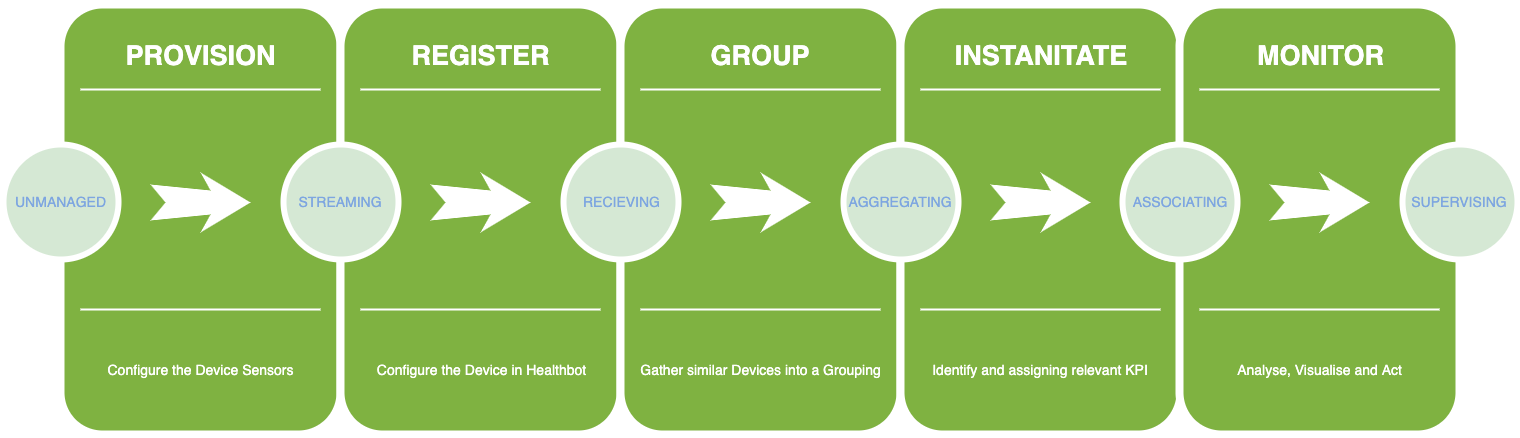
Above: docs/assets/quickstart.png in damianoneill/healthbot (draw.io), before the change. Source tidied: cells renumbered, new cells last; positions are measured from the earlier drawing's top-left corner, leaving out a move shared by most shapes.
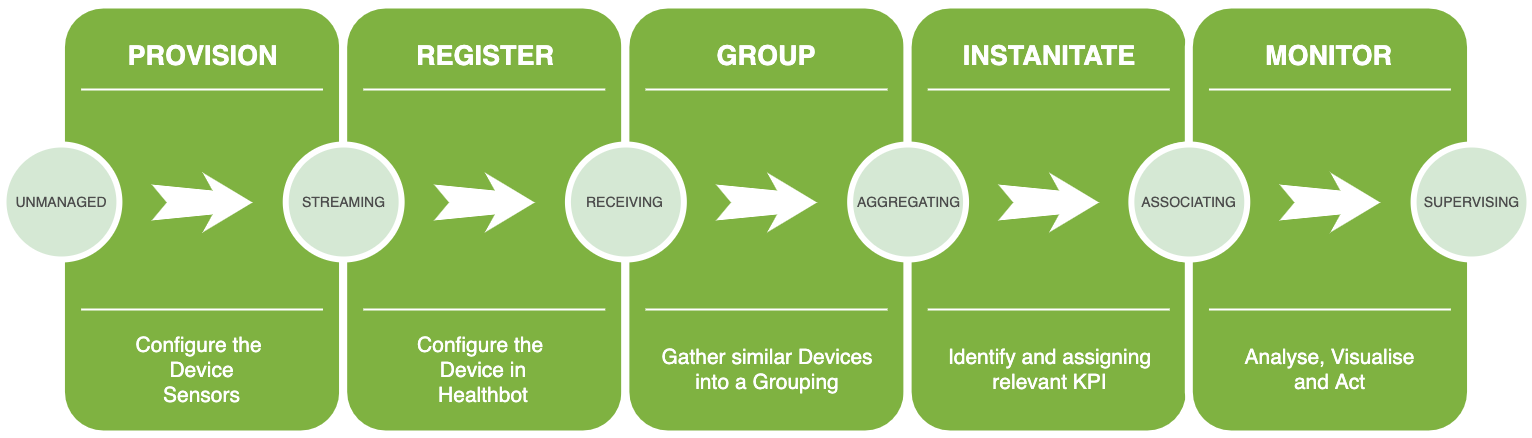
After the commit.

Change to the diagram source:
```diff
@@ -2,116 +2,122 @@
   <root>
     <mxCell id="0" />
     <mxCell id="1" parent="0" />
-    <mxCell id="2" style="whiteSpace=wrap;html=1;rounded=1;shadow=0;strokeWidth=8;fontSize=20;align=center;fillColor=#7fb241;strokeColor=#FFFFFF;" parent="1" vertex="1">
-      <mxGeometry x="57" width="280" height="430" as="geometry" />
-    </mxCell>
+    <mxCell id="39" style="group;" parent="1" vertex="1">
+      <mxGeometry x="-160" y="-246" width="1526" height="430" as="geometry" />
+    </mxCell>
+    <mxCell id="40" style="group;" parent="39" vertex="1">
+      <mxGeometry width="1526" height="430" as="geometry" />
+    </mxCell>
+    <mxCell id="41" style="whiteSpace=wrap;html=1;rounded=1;shadow=0;strokeWidth=8;fontSize=20;align=center;fillColor=#7fb241;strokeColor=#FFFFFF;" parent="40" vertex="1">
+      <mxGeometry x="57.5" width="282.2" height="430" as="geometry" />
+    </mxCell>
-    <mxCell id="3" value="PROVISION" style="text;html=1;strokeColor=none;fillColor=none;align=center;verticalAlign=middle;whiteSpace=wrap;rounded=0;shadow=0;fontSize=27;fontColor=#FFFFFF;fontStyle=1;" parent="1" vertex="1">
-      <mxGeometry x="57" y="20" width="280" height="60" as="geometry" />
+    <mxCell id="3" value="PROVISION" style="text;html=1;strokeColor=none;fillColor=none;align=center;verticalAlign=middle;whiteSpace=wrap;rounded=0;shadow=0;fontSize=27;fontColor=#FFFFFF;fontStyle=1;" parent="40" vertex="1">
+      <mxGeometry x="57.5" y="20" width="282.2" height="60" as="geometry" />
     </mxCell>
-    <mxCell id="4" value="Configure the Device Sensors" style="text;html=1;strokeColor=none;fillColor=none;align=center;verticalAlign=middle;whiteSpace=wrap;rounded=0;shadow=0;fontSize=14;fontColor=#FFFFFF;" parent="1" vertex="1">
-      <mxGeometry x="57" y="320" width="280" height="90" as="geometry" />
+    <mxCell id="4" value="Configure the &lt;br&gt;Device Sensors" style="text;html=1;strokeColor=none;fillColor=none;align=center;verticalAlign=middle;whiteSpace=wrap;rounded=0;shadow=0;fontSize=21;fontColor=#FFFFFF;" parent="40" vertex="1">
+      <mxGeometry x="57.5" y="320" width="282.2" height="90" as="geometry" />
     </mxCell>
-    <mxCell id="5" style="line;strokeWidth=2;html=1;rounded=0;shadow=0;fontSize=27;align=center;fillColor=none;strokeColor=#FFFFFF;" parent="1" vertex="1">
-      <mxGeometry x="77" y="80" width="240" height="10" as="geometry" />
-    </mxCell>
-    <mxCell id="6" style="line;strokeWidth=2;html=1;rounded=0;shadow=0;fontSize=27;align=center;fillColor=none;strokeColor=#FFFFFF;" parent="1" vertex="1">
-      <mxGeometry x="77" y="300" width="240" height="10" as="geometry" />
-    </mxCell>
+    <mxCell id="42" style="line;strokeWidth=2;html=1;rounded=0;shadow=0;fontSize=27;align=center;fillColor=none;strokeColor=#FFFFFF;" parent="40" vertex="1">
+      <mxGeometry x="77.6" y="80" width="241.9" height="10" as="geometry" />
+    </mxCell>
+    <mxCell id="43" style="line;strokeWidth=2;html=1;rounded=0;shadow=0;fontSize=27;align=center;fillColor=none;strokeColor=#FFFFFF;" parent="40" vertex="1">
+      <mxGeometry x="77.6" y="300" width="241.9" height="10" as="geometry" />
+    </mxCell>
-    <mxCell id="7" value="UNMANAGED" style="ellipse;whiteSpace=wrap;html=1;rounded=0;shadow=0;strokeWidth=6;fontSize=14;align=center;fillColor=#d5e8d4;strokeColor=#FFFFFF;fontColor=#7EA6E0;" parent="1" vertex="1">
-      <mxGeometry y="140" width="115" height="115" as="geometry" />
+    <mxCell id="7" value="UNMANAGED" style="ellipse;whiteSpace=wrap;html=1;rounded=0;shadow=0;strokeWidth=6;fontSize=14;align=center;fillColor=#d5e8d4;strokeColor=#FFFFFF;fontColor=#4D4D4D;" parent="40" vertex="1">
+      <mxGeometry y="140" width="115.9" height="115" as="geometry" />
     </mxCell>
-    <mxCell id="8" style="html=1;shadow=0;dashed=0;align=center;verticalAlign=middle;shape=mxgraph.arrows2.stylisedArrow;dy=0.6;dx=40;notch=15;feather=0.4;rounded=0;strokeWidth=1;fontSize=27;strokeColor=none;fillColor=#FFFFFF;" parent="1" vertex="1">
-      <mxGeometry x="147" y="168" width="100" height="60" as="geometry" />
-    </mxCell>
-    <mxCell id="9" style="whiteSpace=wrap;html=1;rounded=1;shadow=0;strokeWidth=8;fontSize=20;align=center;fillColor=#7fb241;strokeColor=#FFFFFF;" parent="1" vertex="1">
-      <mxGeometry x="337" width="280" height="430" as="geometry" />
-    </mxCell>
+    <mxCell id="44" style="html=1;shadow=0;dashed=0;align=center;verticalAlign=middle;shape=mxgraph.arrows2.stylisedArrow;dy=0.6;dx=40;notch=15;feather=0.4;rounded=0;strokeWidth=1;fontSize=27;strokeColor=none;fillColor=#FFFFFF;" parent="40" vertex="1">
+      <mxGeometry x="148.2" y="168" width="100.8" height="60" as="geometry" />
+    </mxCell>
+    <mxCell id="45" style="whiteSpace=wrap;html=1;rounded=1;shadow=0;strokeWidth=8;fontSize=20;align=center;fillColor=#7fb241;strokeColor=#FFFFFF;" parent="40" vertex="1">
+      <mxGeometry x="339.7" width="282.2" height="430" as="geometry" />
+    </mxCell>
-    <mxCell id="10" value="REGISTER" style="text;html=1;strokeColor=none;fillColor=none;align=center;verticalAlign=middle;whiteSpace=wrap;rounded=0;shadow=0;fontSize=27;fontColor=#FFFFFF;fontStyle=1;" parent="1" vertex="1">
-      <mxGeometry x="337" y="20" width="280" height="60" as="geometry" />
+    <mxCell id="10" value="REGISTER" style="text;html=1;strokeColor=none;fillColor=none;align=center;verticalAlign=middle;whiteSpace=wrap;rounded=0;shadow=0;fontSize=27;fontColor=#FFFFFF;fontStyle=1;" parent="40" vertex="1">
+      <mxGeometry x="339.7" y="20" width="282.2" height="60" as="geometry" />
     </mxCell>
-    <mxCell id="11" value="Configure the Device in Healthbot" style="text;html=1;strokeColor=none;fillColor=none;align=center;verticalAlign=middle;whiteSpace=wrap;rounded=0;shadow=0;fontSize=14;fontColor=#FFFFFF;" parent="1" vertex="1">
-      <mxGeometry x="337" y="320" width="280" height="90" as="geometry" />
+    <mxCell id="11" value="Configure the &lt;br&gt;Device in Healthbot" style="text;html=1;strokeColor=none;fillColor=none;align=center;verticalAlign=middle;whiteSpace=wrap;rounded=0;shadow=0;fontSize=21;fontColor=#FFFFFF;" parent="40" vertex="1">
+      <mxGeometry x="339.7" y="320" width="282.2" height="90" as="geometry" />
     </mxCell>
-    <mxCell id="12" style="line;strokeWidth=2;html=1;rounded=0;shadow=0;fontSize=27;align=center;fillColor=none;strokeColor=#FFFFFF;" parent="1" vertex="1">
-      <mxGeometry x="357" y="80" width="240" height="10" as="geometry" />
-    </mxCell>
-    <mxCell id="13" style="line;strokeWidth=2;html=1;rounded=0;shadow=0;fontSize=27;align=center;fillColor=none;strokeColor=#FFFFFF;" parent="1" vertex="1">
-      <mxGeometry x="357" y="300" width="240" height="10" as="geometry" />
-    </mxCell>
+    <mxCell id="46" style="line;strokeWidth=2;html=1;rounded=0;shadow=0;fontSize=27;align=center;fillColor=none;strokeColor=#FFFFFF;" parent="40" vertex="1">
+      <mxGeometry x="359.8" y="80" width="241.9" height="10" as="geometry" />
+    </mxCell>
+    <mxCell id="47" style="line;strokeWidth=2;html=1;rounded=0;shadow=0;fontSize=27;align=center;fillColor=none;strokeColor=#FFFFFF;" parent="40" vertex="1">
+      <mxGeometry x="359.8" y="300" width="241.9" height="10" as="geometry" />
+    </mxCell>
-    <mxCell id="14" value="STREAMING" style="ellipse;whiteSpace=wrap;html=1;rounded=0;shadow=0;strokeWidth=6;fontSize=14;align=center;fillColor=#d5e8d4;strokeColor=#FFFFFF;fontColor=#7EA6E0;" parent="1" vertex="1">
-      <mxGeometry x="280" y="140" width="115" height="115" as="geometry" />
+    <mxCell id="14" value="STREAMING" style="ellipse;whiteSpace=wrap;html=1;rounded=0;shadow=0;strokeWidth=6;fontSize=14;align=center;fillColor=#d5e8d4;strokeColor=#FFFFFF;fontColor=#4D4D4D;" parent="40" vertex="1">
+      <mxGeometry x="282.2" y="140" width="115.9" height="115" as="geometry" />
     </mxCell>
-    <mxCell id="15" style="html=1;shadow=0;dashed=0;align=center;verticalAlign=middle;shape=mxgraph.arrows2.stylisedArrow;dy=0.6;dx=40;notch=15;feather=0.4;rounded=0;strokeWidth=1;fontSize=27;strokeColor=none;fillColor=#FFFFFF;" parent="1" vertex="1">
-      <mxGeometry x="427" y="168" width="100" height="60" as="geometry" />
-    </mxCell>
-    <mxCell id="16" style="whiteSpace=wrap;html=1;rounded=1;shadow=0;strokeWidth=8;fontSize=20;align=center;fillColor=#7fb241;strokeColor=#FFFFFF;" parent="1" vertex="1">
-      <mxGeometry x="617" width="280" height="430" as="geometry" />
-    </mxCell>
+    <mxCell id="48" style="html=1;shadow=0;dashed=0;align=center;verticalAlign=middle;shape=mxgraph.arrows2.stylisedArrow;dy=0.6;dx=40;notch=15;feather=0.4;rounded=0;strokeWidth=1;fontSize=27;strokeColor=none;fillColor=#FFFFFF;" parent="40" vertex="1">
+      <mxGeometry x="430.4" y="168" width="100.8" height="60" as="geometry" />
+    </mxCell>
+    <mxCell id="49" style="whiteSpace=wrap;html=1;rounded=1;shadow=0;strokeWidth=8;fontSize=20;align=center;fillColor=#7fb241;strokeColor=#FFFFFF;" parent="40" vertex="1">
+      <mxGeometry x="621.9" width="282.2" height="430" as="geometry" />
+    </mxCell>
-    <mxCell id="17" value="GROUP" style="text;html=1;strokeColor=none;fillColor=none;align=center;verticalAlign=middle;whiteSpace=wrap;rounded=0;shadow=0;fontSize=27;fontColor=#FFFFFF;fontStyle=1;" parent="1" vertex="1">
-      <mxGeometry x="617" y="20" width="280" height="60" as="geometry" />
+    <mxCell id="17" value="GROUP" style="text;html=1;strokeColor=none;fillColor=none;align=center;verticalAlign=middle;whiteSpace=wrap;rounded=0;shadow=0;fontSize=27;fontColor=#FFFFFF;fontStyle=1;" parent="40" vertex="1">
+      <mxGeometry x="621.9" y="20" width="282.2" height="60" as="geometry" />
     </mxCell>
-    <mxCell id="18" value="Gather similar Devices into a Grouping" style="text;html=1;strokeColor=none;fillColor=none;align=center;verticalAlign=middle;whiteSpace=wrap;rounded=0;shadow=0;fontSize=14;fontColor=#FFFFFF;" parent="1" vertex="1">
-      <mxGeometry x="617" y="320" width="280" height="90" as="geometry" />
+    <mxCell id="18" value="Gather similar Devices &lt;br&gt;into a Grouping" style="text;html=1;strokeColor=none;fillColor=none;align=center;verticalAlign=middle;whiteSpace=wrap;rounded=0;shadow=0;fontSize=21;fontColor=#FFFFFF;" parent="40" vertex="1">
+      <mxGeometry x="621.9" y="320" width="282.2" height="90" as="geometry" />
     </mxCell>
-    <mxCell id="19" style="line;strokeWidth=2;html=1;rounded=0;shadow=0;fontSize=27;align=center;fillColor=none;strokeColor=#FFFFFF;" parent="1" vertex="1">
-      <mxGeometry x="637" y="80" width="240" height="10" as="geometry" />
-    </mxCell>
-    <mxCell id="20" style="line;strokeWidth=2;html=1;rounded=0;shadow=0;fontSize=27;align=center;fillColor=none;strokeColor=#FFFFFF;" parent="1" vertex="1">
-      <mxGeometry x="637" y="300" width="240" height="10" as="geometry" />
-    </mxCell>
-    <mxCell id="21" value="RECIEVING" style="ellipse;whiteSpace=wrap;html=1;rounded=0;shadow=0;strokeWidth=6;fontSize=14;align=center;fillColor=#d5e8d4;strokeColor=#FFFFFF;fontColor=#7EA6E0;" parent="1" vertex="1">
-      <mxGeometry x="560" y="140" width="115" height="115" as="geometry" />
-    </mxCell>
-    <mxCell id="22" style="html=1;shadow=0;dashed=0;align=center;verticalAlign=middle;shape=mxgraph.arrows2.stylisedArrow;dy=0.6;dx=40;notch=15;feather=0.4;rounded=0;strokeWidth=1;fontSize=27;strokeColor=none;fillColor=#FFFFFF;" parent="1" vertex="1">
-      <mxGeometry x="707" y="168" width="100" height="60" as="geometry" />
-    </mxCell>
-    <mxCell id="23" style="whiteSpace=wrap;html=1;rounded=1;shadow=0;strokeWidth=8;fontSize=20;align=center;fillColor=#7fb241;strokeColor=#FFFFFF;" parent="1" vertex="1">
-      <mxGeometry x="897" width="280" height="430" as="geometry" />
-    </mxCell>
+    <mxCell id="50" style="line;strokeWidth=2;html=1;rounded=0;shadow=0;fontSize=27;align=center;fillColor=none;strokeColor=#FFFFFF;" parent="40" vertex="1">
+      <mxGeometry x="642" y="80" width="241.9" height="10" as="geometry" />
+    </mxCell>
+    <mxCell id="51" style="line;strokeWidth=2;html=1;rounded=0;shadow=0;fontSize=27;align=center;fillColor=none;strokeColor=#FFFFFF;" parent="40" vertex="1">
+      <mxGeometry x="642" y="300" width="241.9" height="10" as="geometry" />
+    </mxCell>
+    <mxCell id="52" value="RECEIVING" style="ellipse;whiteSpace=wrap;html=1;rounded=0;shadow=0;strokeWidth=6;fontSize=14;align=center;fillColor=#d5e8d4;strokeColor=#FFFFFF;fontColor=#4D4D4D;" parent="40" vertex="1">
+      <mxGeometry x="564.4" y="140" width="115.9" height="115" as="geometry" />
+    </mxCell>
+    <mxCell id="53" style="html=1;shadow=0;dashed=0;align=center;verticalAlign=middle;shape=mxgraph.arrows2.stylisedArrow;dy=0.6;dx=40;notch=15;feather=0.4;rounded=0;strokeWidth=1;fontSize=27;strokeColor=none;fillColor=#FFFFFF;" parent="40" vertex="1">
+      <mxGeometry x="712.6" y="168" width="100.8" height="60" as="geometry" />
+    </mxCell>
+    <mxCell id="54" style="whiteSpace=wrap;html=1;rounded=1;shadow=0;strokeWidth=8;fontSize=20;align=center;fillColor=#7fb241;strokeColor=#FFFFFF;" parent="40" vertex="1">
+      <mxGeometry x="904.1" width="282.2" height="430" as="geometry" />
+    </mxCell>
-    <mxCell id="24" value="INSTANITATE" style="text;html=1;strokeColor=none;fillColor=none;align=center;verticalAlign=middle;whiteSpace=wrap;rounded=0;shadow=0;fontSize=27;fontColor=#FFFFFF;fontStyle=1;" parent="1" vertex="1">
-      <mxGeometry x="897" y="20" width="280" height="60" as="geometry" />
+    <mxCell id="24" value="INSTANITATE" style="text;html=1;strokeColor=none;fillColor=none;align=center;verticalAlign=middle;whiteSpace=wrap;rounded=0;shadow=0;fontSize=27;fontColor=#FFFFFF;fontStyle=1;" parent="40" vertex="1">
+      <mxGeometry x="904.1" y="20" width="282.2" height="60" as="geometry" />
     </mxCell>
-    <mxCell id="25" value="Identify and assigning relevant KPI" style="text;html=1;strokeColor=none;fillColor=none;align=center;verticalAlign=middle;whiteSpace=wrap;rounded=0;shadow=0;fontSize=14;fontColor=#FFFFFF;" parent="1" vertex="1">
-      <mxGeometry x="897" y="320" width="280" height="90" as="geometry" />
+    <mxCell id="25" value="Identify and assigning&lt;br&gt;relevant KPI" style="text;html=1;strokeColor=none;fillColor=none;align=center;verticalAlign=middle;whiteSpace=wrap;rounded=0;shadow=0;fontSize=21;fontColor=#FFFFFF;" parent="40" vertex="1">
+      <mxGeometry x="904.1" y="320" width="282.2" height="90" as="geometry" />
     </mxCell>
-    <mxCell id="26" style="line;strokeWidth=2;html=1;rounded=0;shadow=0;fontSize=27;align=center;fillColor=none;strokeColor=#FFFFFF;" parent="1" vertex="1">
-      <mxGeometry x="917" y="80" width="240" height="10" as="geometry" />
-    </mxCell>
-    <mxCell id="27" style="line;strokeWidth=2;html=1;rounded=0;shadow=0;fontSize=27;align=center;fillColor=none;strokeColor=#FFFFFF;" parent="1" vertex="1">
-      <mxGeometry x="917" y="300" width="240" height="10" as="geometry" />
-    </mxCell>
+    <mxCell id="55" style="line;strokeWidth=2;html=1;rounded=0;shadow=0;fontSize=27;align=center;fillColor=none;strokeColor=#FFFFFF;" parent="40" vertex="1">
+      <mxGeometry x="924.3" y="80" width="241.9" height="10" as="geometry" />
+    </mxCell>
+    <mxCell id="56" style="line;strokeWidth=2;html=1;rounded=0;shadow=0;fontSize=27;align=center;fillColor=none;strokeColor=#FFFFFF;" parent="40" vertex="1">
+      <mxGeometry x="924.3" y="300" width="241.9" height="10" as="geometry" />
+    </mxCell>
-    <mxCell id="28" value="AGGREGATING" style="ellipse;whiteSpace=wrap;html=1;rounded=0;shadow=0;strokeWidth=6;fontSize=14;align=center;fillColor=#d5e8d4;strokeColor=#FFFFFF;fontColor=#7EA6E0;" parent="1" vertex="1">
-      <mxGeometry x="840" y="140" width="115" height="115" as="geometry" />
+    <mxCell id="28" value="AGGREGATING" style="ellipse;whiteSpace=wrap;html=1;rounded=0;shadow=0;strokeWidth=6;fontSize=14;align=center;fillColor=#d5e8d4;strokeColor=#FFFFFF;fontColor=#4D4D4D;" parent="40" vertex="1">
+      <mxGeometry x="846.7" y="140" width="115.9" height="115" as="geometry" />
     </mxCell>
-    <mxCell id="29" style="html=1;shadow=0;dashed=0;align=center;verticalAlign=middle;shape=mxgraph.arrows2.stylisedArrow;dy=0.6;dx=40;notch=15;feather=0.4;rounded=0;strokeWidth=1;fontSize=27;strokeColor=none;fillColor=#FFFFFF;" parent="1" vertex="1">
-      <mxGeometry x="987" y="168" width="100" height="60" as="geometry" />
-    </mxCell>
+    <mxCell id="57" style="html=1;shadow=0;dashed=0;align=center;verticalAlign=middle;shape=mxgraph.arrows2.stylisedArrow;dy=0.6;dx=40;notch=15;feather=0.4;rounded=0;strokeWidth=1;fontSize=27;strokeColor=none;fillColor=#FFFFFF;" parent="40" vertex="1">
+      <mxGeometry x="994.8" y="168" width="100.8" height="60" as="geometry" />
+    </mxCell>
-    <mxCell id="30" value="PROMOTERS" style="ellipse;whiteSpace=wrap;html=1;rounded=0;shadow=0;strokeWidth=6;fontSize=14;align=center;fillColor=#BF639A;strokeColor=#FFFFFF;fontColor=#FFFFFF;" parent="1" vertex="1">
-      <mxGeometry x="1120" y="140" width="115" height="115" as="geometry" />
+    <mxCell id="30" value="PROMOTERS" style="ellipse;whiteSpace=wrap;html=1;rounded=0;shadow=0;strokeWidth=6;fontSize=14;align=center;fillColor=#BF639A;strokeColor=#FFFFFF;fontColor=#FFFFFF;" parent="40" vertex="1">
+      <mxGeometry x="1128.9" y="140" width="115.9" height="115" as="geometry" />
     </mxCell>
-    <mxCell id="31" style="whiteSpace=wrap;html=1;rounded=1;shadow=0;strokeWidth=8;fontSize=20;align=center;fillColor=#7fb241;strokeColor=#FFFFFF;" parent="1" vertex="1">
-      <mxGeometry x="1176" width="280" height="430" as="geometry" />
-    </mxCell>
+    <mxCell id="58" style="whiteSpace=wrap;html=1;rounded=1;shadow=0;strokeWidth=8;fontSize=20;align=center;fillColor=#7fb241;strokeColor=#FFFFFF;" parent="40" vertex="1">
+      <mxGeometry x="1185.3" width="282.2" height="430" as="geometry" />
+    </mxCell>
-    <mxCell id="32" value="MONITOR" style="text;html=1;strokeColor=none;fillColor=none;align=center;verticalAlign=middle;whiteSpace=wrap;rounded=0;shadow=0;fontSize=27;fontColor=#FFFFFF;fontStyle=1;" parent="1" vertex="1">
-      <mxGeometry x="1176" y="20" width="280" height="60" as="geometry" />
+    <mxCell id="32" value="MONITOR" style="text;html=1;strokeColor=none;fillColor=none;align=center;verticalAlign=middle;whiteSpace=wrap;rounded=0;shadow=0;fontSize=27;fontColor=#FFFFFF;fontStyle=1;" parent="40" vertex="1">
+      <mxGeometry x="1185.3" y="20" width="282.2" height="60" as="geometry" />
     </mxCell>
-    <mxCell id="33" value="Analyse, Visualise and Act" style="text;html=1;strokeColor=none;fillColor=none;align=center;verticalAlign=middle;whiteSpace=wrap;rounded=0;shadow=0;fontSize=14;fontColor=#FFFFFF;" parent="1" vertex="1">
-      <mxGeometry x="1176" y="320" width="280" height="90" as="geometry" />
+    <mxCell id="33" value="Analyse, Visualise &lt;br&gt;and Act" style="text;html=1;strokeColor=none;fillColor=none;align=center;verticalAlign=middle;whiteSpace=wrap;rounded=0;shadow=0;fontSize=21;fontColor=#FFFFFF;" parent="40" vertex="1">
+      <mxGeometry x="1185.3" y="320" width="282.2" height="90" as="geometry" />
     </mxCell>
-    <mxCell id="34" style="line;strokeWidth=2;html=1;rounded=0;shadow=0;fontSize=27;align=center;fillColor=none;strokeColor=#FFFFFF;" parent="1" vertex="1">
-      <mxGeometry x="1196" y="80" width="240" height="10" as="geometry" />
-    </mxCell>
-    <mxCell id="35" style="line;strokeWidth=2;html=1;rounded=0;shadow=0;fontSize=27;align=center;fillColor=none;strokeColor=#FFFFFF;" parent="1" vertex="1">
-      <mxGeometry x="1196" y="300" width="240" height="10" as="geometry" />
-    </mxCell>
+    <mxCell id="59" style="line;strokeWidth=2;html=1;rounded=0;shadow=0;fontSize=27;align=center;fillColor=none;strokeColor=#FFFFFF;" parent="40" vertex="1">
+      <mxGeometry x="1205.5" y="80" width="241.9" height="10" as="geometry" />
+    </mxCell>
+    <mxCell id="60" style="line;strokeWidth=2;html=1;rounded=0;shadow=0;fontSize=27;align=center;fillColor=none;strokeColor=#FFFFFF;" parent="40" vertex="1">
+      <mxGeometry x="1205.5" y="300" width="241.9" height="10" as="geometry" />
+    </mxCell>
-    <mxCell id="36" value="ASSOCIATING" style="ellipse;whiteSpace=wrap;html=1;rounded=0;shadow=0;strokeWidth=6;fontSize=14;align=center;fillColor=#d5e8d4;strokeColor=#FFFFFF;fontColor=#7EA6E0;" parent="1" vertex="1">
-      <mxGeometry x="1119" y="140" width="115" height="115" as="geometry" />
+    <mxCell id="36" value="ASSOCIATING" style="ellipse;whiteSpace=wrap;html=1;rounded=0;shadow=0;strokeWidth=6;fontSize=14;align=center;fillColor=#d5e8d4;strokeColor=#FFFFFF;fontColor=#4D4D4D;" parent="40" vertex="1">
+      <mxGeometry x="1127.9" y="140" width="115.9" height="115" as="geometry" />
     </mxCell>
-    <mxCell id="37" style="html=1;shadow=0;dashed=0;align=center;verticalAlign=middle;shape=mxgraph.arrows2.stylisedArrow;dy=0.6;dx=40;notch=15;feather=0.4;rounded=0;strokeWidth=1;fontSize=27;strokeColor=none;fillColor=#FFFFFF;" parent="1" vertex="1">
-      <mxGeometry x="1266" y="168" width="100" height="60" as="geometry" />
-    </mxCell>
+    <mxCell id="61" style="html=1;shadow=0;dashed=0;align=center;verticalAlign=middle;shape=mxgraph.arrows2.stylisedArrow;dy=0.6;dx=40;notch=15;feather=0.4;rounded=0;strokeWidth=1;fontSize=27;strokeColor=none;fillColor=#FFFFFF;" parent="40" vertex="1">
+      <mxGeometry x="1276" y="168" width="100.8" height="60" as="geometry" />
+    </mxCell>
-    <mxCell id="38" value="SUPERVISING" style="ellipse;whiteSpace=wrap;html=1;rounded=0;shadow=0;strokeWidth=6;fontSize=14;align=center;fillColor=#d5e8d4;strokeColor=#FFFFFF;fontColor=#7EA6E0;" parent="1" vertex="1">
-      <mxGeometry x="1399" y="140" width="115" height="115" as="geometry" />
+    <mxCell id="38" value="SUPERVISING" style="ellipse;whiteSpace=wrap;html=1;rounded=0;shadow=0;strokeWidth=6;fontSize=14;align=center;fillColor=#d5e8d4;strokeColor=#FFFFFF;fontColor=#4D4D4D;" parent="40" vertex="1">
+      <mxGeometry x="1410.1" y="140" width="115.9" height="115" as="geometry" />
     </mxCell>
   </root>
 </mxGraphModel>
```
